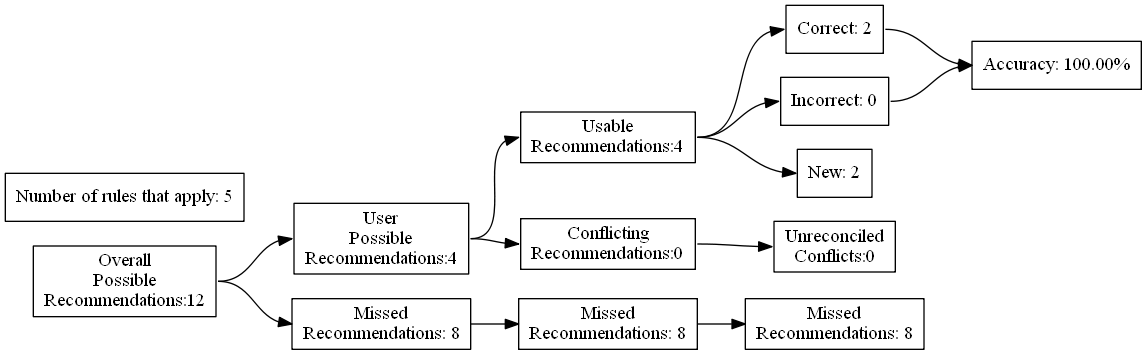
The Graphviz diagram test_renders/38.gv.png in ZaxR/ibd_diet_analysis, before a commit. Its source is kept beside it as test_renders/38.gv.
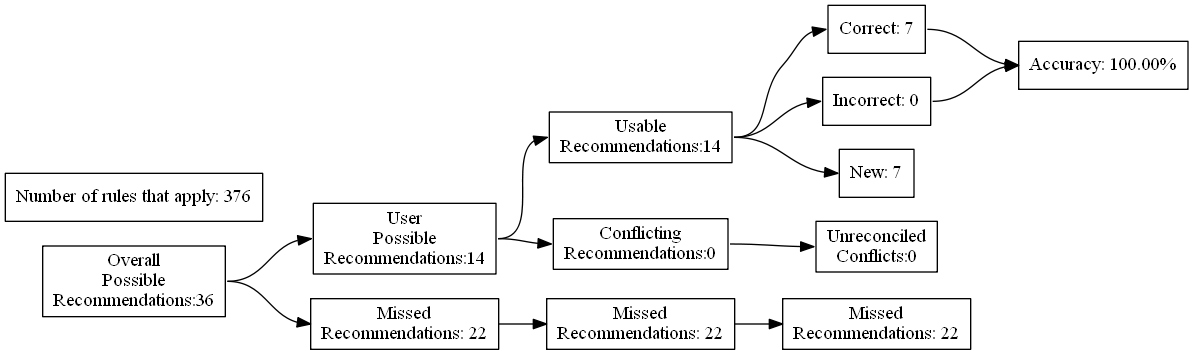
The same file after the commit.

What changed in the source:
```diff
@@ -4,27 +4,27 @@
 	edge [headport=w tailport=e]
 		A [label="Overall
 Possible
-Recommendations:12"]
+Recommendations:36"]
 		B [label="User
 Possible
-Recommendations:4"]
+Recommendations:14"]
 		C [label="Missed
-Recommendations: 8"]
+Recommendations: 22"]
 		D [label="Usable
-Recommendations:4"]
+Recommendations:14"]
 		E [label="Conflicting
 Recommendations:0"]
 		J [label="Missed
-Recommendations: 8"]
+Recommendations: 22"]
 		M [label="Unreconciled
 Conflicts:0"]
-		F [label="Correct: 2"]
+		F [label="Correct: 7"]
 		G [label="Incorrect: 0"]
-		H [label="New: 2"]
+		H [label="New: 7"]
 		K [label="Missed
-Recommendations: 8"]
+Recommendations: 22"]
 		I [label="Accuracy: 100.00%"]
-		l [label="Number of rules that apply: 5"]
+		l [label="Number of rules that apply: 376"]
 			A -> B
 			A -> C
 			B -> D
```
